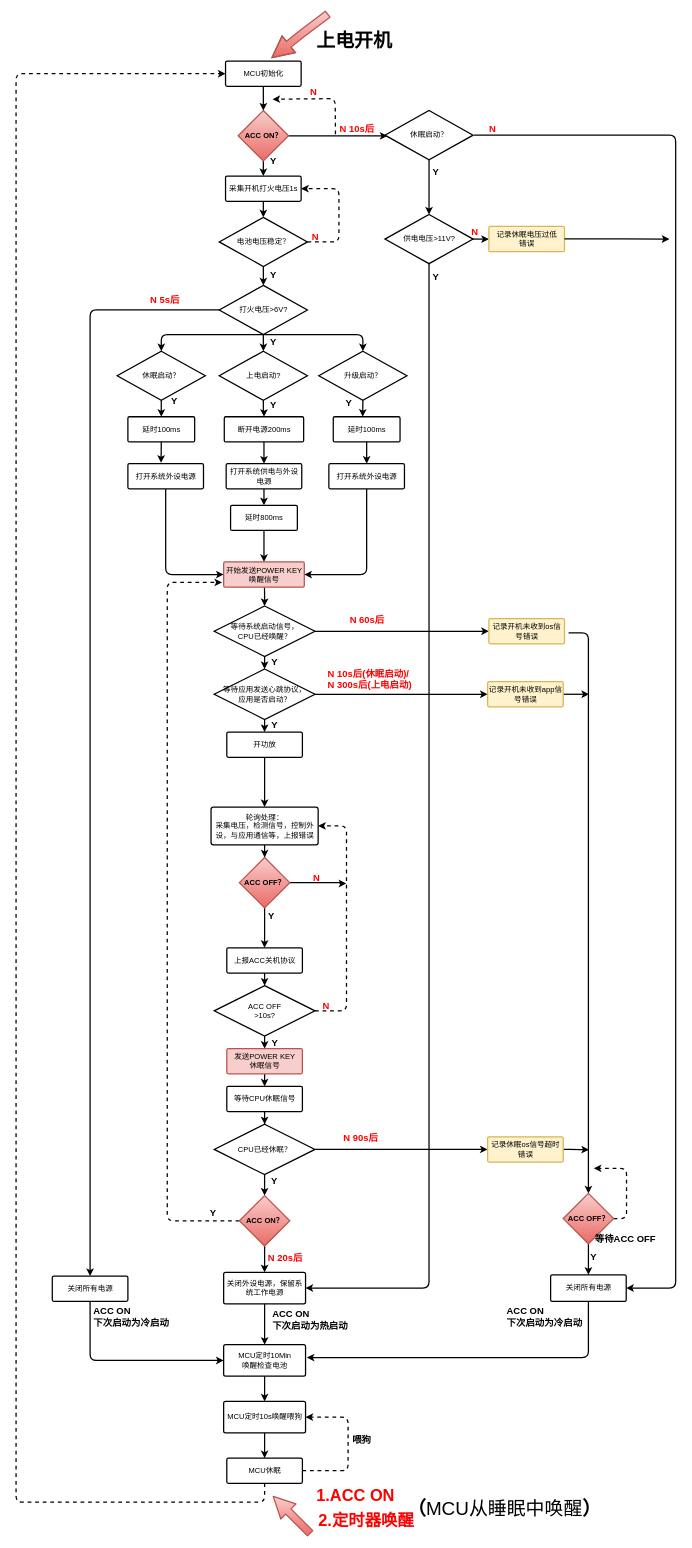
Above: page "第 3 页" (3 of 3) of 009_XIUMING.drawio in yintianlan/Picture_Draw (draw.io), before the change. Source tidied: cells renumbered, new cells numbered last; positions are measured from the earlier drawing's top-left corner, leaving out a move shared by most shapes. Both pictures are drawn from the tidied source at 63%, with x=0, y=0 at pixel (16, 14).
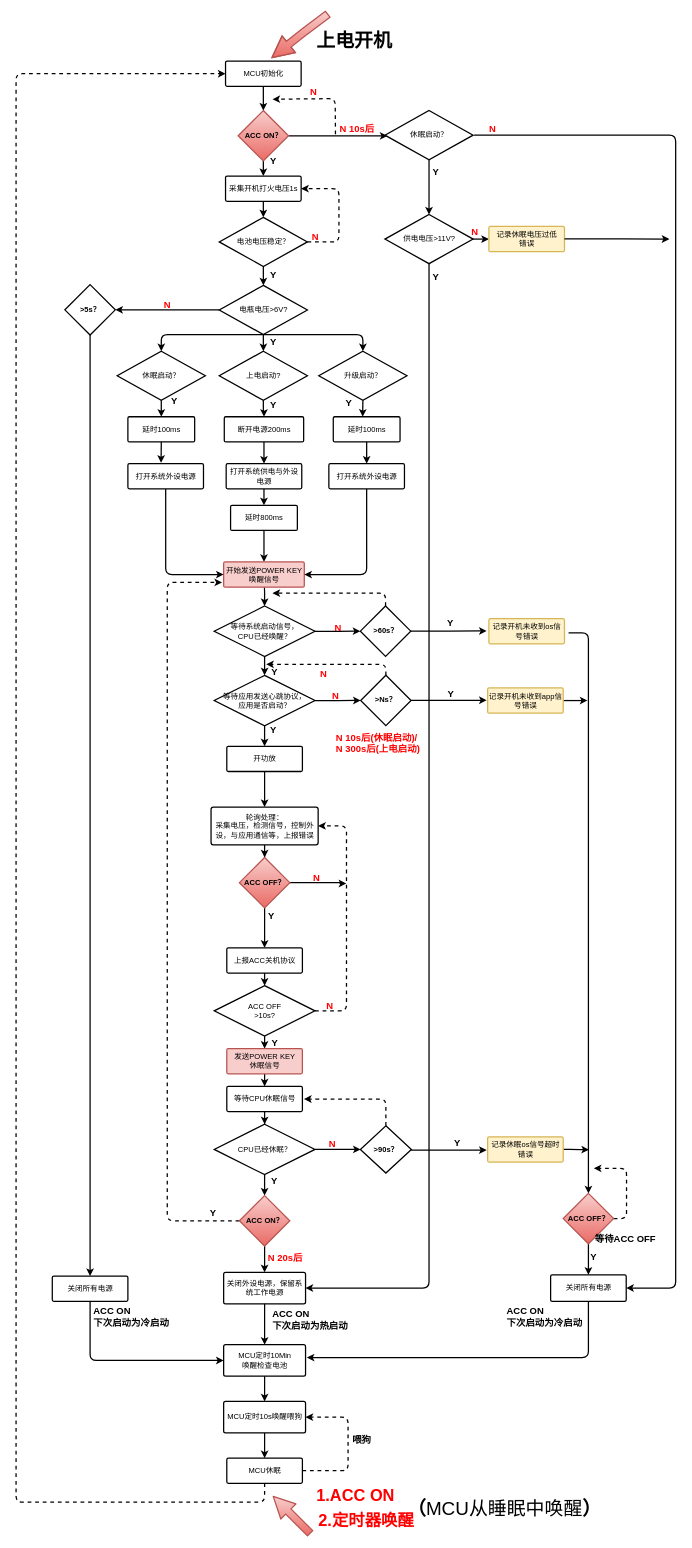
The same diagram, later.

The change refers to these unchanged cells:
```xml
<mxCell id="17" value="等待系统启动信号，&lt;br&gt;CPU已经唤醒？" style="strokeWidth=2;html=1;shape=mxgraph.flowchart.decision;whiteSpace=wrap;fillColor=#ffffff;fontFamily=Helvetica;align=center;strokeColor=#000000;" parent="1" vertex="1">
  <mxGeometry x="314.5" y="939.5" width="160" height="80" as="geometry" />
</mxCell>
<mxCell id="55" value="CPU已经休眠？&lt;br&gt;" style="strokeWidth=2;html=1;shape=mxgraph.flowchart.decision;whiteSpace=wrap;fillColor=#ffffff;fontFamily=Helvetica;align=center;strokeColor=#000000;" parent="1" vertex="1">
  <mxGeometry x="314.5" y="1762" width="160" height="80" as="geometry" />
</mxCell>
<mxCell id="67" value="关闭所有电源&lt;br&gt;" style="strokeWidth=2;html=1;shape=mxgraph.flowchart.process;whiteSpace=wrap;fillColor=none;fontFamily=Helvetica;align=center;strokeColor=#000000;" parent="1" vertex="1">
  <mxGeometry x="57.5" y="2003" width="120" height="40" as="geometry" />
</mxCell>
<mxCell id="100" value="记录开机未收到os信号错误" style="strokeWidth=2;html=1;shape=mxgraph.flowchart.process;whiteSpace=wrap;fillColor=#fff2cc;fontFamily=Helvetica;align=center;strokeColor=#d6b656;" parent="1" vertex="1">
  <mxGeometry x="750.5" y="959.5" width="120" height="40" as="geometry" />
</mxCell>
<mxCell id="104" value="记录休眠os信号超时错误" style="strokeWidth=2;html=1;shape=mxgraph.flowchart.process;whiteSpace=wrap;fillColor=#fff2cc;fontFamily=Helvetica;align=center;strokeColor=#d6b656;" parent="1" vertex="1">
  <mxGeometry x="748.5" y="1782" width="120" height="40" as="geometry" />
</mxCell>
```

What changed in the source:
```diff
@@
-    <mxCell id="9" style="edgeStyle=orthogonalEdgeStyle;rounded=1;jettySize=auto;html=1;exitX=0;exitY=0.5;exitDx=0;exitDy=0;exitPerimeter=0;entryX=0.5;entryY=0;entryDx=0;entryDy=0;entryPerimeter=0;strokeWidth=2;" parent="1" edge="1" source="10" target="67">
+    <mxCell id="9" style="edgeStyle=orthogonalEdgeStyle;rounded=1;jettySize=auto;html=1;entryX=0.5;entryY=0;entryDx=0;entryDy=0;entryPerimeter=0;strokeWidth=2;exitX=0.5;exitY=1;exitDx=0;exitDy=0;" parent="1" edge="1" source="141" target="67">
       <mxGeometry relative="1" as="geometry" />
     </mxCell>
+    <mxCell id="137" style="edgeStyle=orthogonalEdgeStyle;rounded=0;jettySize=auto;html=1;strokeWidth=2;entryX=1;entryY=0.5;entryDx=0;entryDy=0;" parent="1" edge="1" source="10" target="141">
+      <mxGeometry relative="1" as="geometry" />
+    </mxCell>
-    <mxCell id="10" value="打火电压&amp;gt;6V?" style="strokeWidth=2;html=1;shape=mxgraph.flowchart.decision;whiteSpace=wrap;fillColor=#ffffff;fontFamily=Helvetica;align=center;strokeColor=#000000;" parent="1" vertex="1">
+    <mxCell id="10" value="电瓶电压&amp;gt;6V?" style="strokeWidth=2;html=1;shape=mxgraph.flowchart.decision;whiteSpace=wrap;fillColor=#ffffff;fontFamily=Helvetica;align=center;strokeColor=#000000;" parent="1" vertex="1">
       <mxGeometry x="322.5" y="430.5" width="140" height="78" as="geometry" />
     </mxCell>
@@
-    <mxCell id="15" style="edgeStyle=orthogonalEdgeStyle;rounded=0;html=1;endSize=6;jettySize=auto;strokeWidth=2;fontFamily=Helvetica;" parent="1" edge="1" source="17">
-      <mxGeometry relative="1" as="geometry">
-        <mxPoint x="394.5" y="1039.5" as="targetPoint" />
-      </mxGeometry>
+    <mxCell id="15" style="edgeStyle=orthogonalEdgeStyle;rounded=0;html=1;endSize=6;jettySize=auto;strokeWidth=2;fontFamily=Helvetica;entryX=0.5;entryY=0;entryDx=0;entryDy=0;entryPerimeter=0;" parent="1" edge="1" source="17" target="47">
+      <mxGeometry relative="1" as="geometry" />
     </mxCell>
-    <mxCell id="16" style="edgeStyle=orthogonalEdgeStyle;rounded=1;jettySize=auto;html=1;exitX=1;exitY=0.5;exitDx=0;exitDy=0;exitPerimeter=0;entryX=0;entryY=0.5;entryDx=0;entryDy=0;entryPerimeter=0;strokeWidth=2;" parent="1" edge="1" source="17" target="100">
-      <mxGeometry relative="1" as="geometry" />
-    </mxCell>
+    <mxCell id="138" style="edgeStyle=orthogonalEdgeStyle;rounded=0;jettySize=auto;html=1;strokeWidth=2;" parent="1" edge="1" source="17" target="144">
+      <mxGeometry relative="1" as="geometry" />
+    </mxCell>
@@
     <mxCell id="41" value="Y" style="text;html=1;align=center;verticalAlign=middle;spacingTop=-4;fontFamily=Helvetica;labelPosition=center;verticalLabelPosition=middle;strokeWidth=2;fontSize=15;fontStyle=1;" parent="1" vertex="1">
-      <mxGeometry x="399.5" y="1124.5" width="20" height="10" as="geometry" />
+      <mxGeometry x="397.5" y="1132" width="20" height="10" as="geometry" />
     </mxCell>
@@
     <mxCell id="44" value="&lt;font color=&quot;#ff0000&quot;&gt;N&lt;/font&gt;" style="text;html=1;align=left;verticalAlign=top;spacingTop=-4;fontFamily=Helvetica;fontSize=15;fontStyle=1;" parent="1" vertex="1">
-      <mxGeometry x="484.5" y="1562" width="30" height="20" as="geometry" />
+      <mxGeometry x="490.5" y="1562" width="30" height="20" as="geometry" />
     </mxCell>
-    <mxCell id="45" style="edgeStyle=orthogonalEdgeStyle;rounded=0;html=1;jettySize=auto;strokeWidth=2;" parent="1" edge="1" source="47">
-      <mxGeometry relative="1" as="geometry">
-        <mxPoint x="394.5" y="1139.5" as="targetPoint" />
-      </mxGeometry>
+    <mxCell id="45" style="edgeStyle=orthogonalEdgeStyle;rounded=0;html=1;jettySize=auto;strokeWidth=2;entryX=0.5;entryY=0;entryDx=0;entryDy=0;entryPerimeter=0;" parent="1" edge="1" source="47" target="49">
+      <mxGeometry relative="1" as="geometry" />
     </mxCell>
-    <mxCell id="46" style="edgeStyle=orthogonalEdgeStyle;rounded=1;jettySize=auto;html=1;exitX=1;exitY=0.5;exitDx=0;exitDy=0;exitPerimeter=0;strokeWidth=2;entryX=0;entryY=0.5;entryDx=0;entryDy=0;entryPerimeter=0;" parent="1" edge="1" source="47" target="102">
-      <mxGeometry relative="1" as="geometry" />
-    </mxCell>
+    <mxCell id="139" style="edgeStyle=orthogonalEdgeStyle;rounded=0;jettySize=auto;html=1;strokeWidth=2;" parent="1" edge="1" source="47" target="147">
+      <mxGeometry relative="1" as="geometry" />
+    </mxCell>
     <mxCell id="47" value="等待应用发送心跳协议，&lt;br&gt;应用是否启动？" style="strokeWidth=2;html=1;shape=mxgraph.flowchart.decision;whiteSpace=wrap;fillColor=#ffffff;fontFamily=Helvetica;align=center;strokeColor=#000000;" parent="1" vertex="1">
-      <mxGeometry x="314.5" y="1039.5" width="160" height="80" as="geometry" />
+      <mxGeometry x="314.5" y="1049.5" width="160" height="80" as="geometry" />
     </mxCell>
@@
     <mxCell id="49" value="开功放" style="strokeWidth=2;html=1;shape=mxgraph.flowchart.process;whiteSpace=wrap;fontFamily=Helvetica;align=center;" parent="1" vertex="1">
-      <mxGeometry x="334.5" y="1139.6" width="120" height="40" as="geometry" />
+      <mxGeometry x="334.5" y="1162.1" width="120" height="40" as="geometry" />
     </mxCell>
@@
     <mxCell id="52" value="Y" style="text;html=1;align=center;verticalAlign=middle;spacingTop=-4;fontFamily=Helvetica;labelPosition=center;verticalLabelPosition=middle;strokeWidth=2;fontSize=15;fontStyle=1;" parent="1" vertex="1">
-      <mxGeometry x="399.5" y="1024.5" width="20" height="10" as="geometry" />
+      <mxGeometry x="399.5" y="1039.5" width="20" height="10" as="geometry" />
     </mxCell>
@@
-    <mxCell id="54" style="edgeStyle=orthogonalEdgeStyle;rounded=1;jettySize=auto;html=1;exitX=1;exitY=0.5;exitDx=0;exitDy=0;exitPerimeter=0;entryX=0;entryY=0.5;entryDx=0;entryDy=0;entryPerimeter=0;strokeWidth=2;" parent="1" edge="1" source="55" target="104">
-      <mxGeometry relative="1" as="geometry" />
+    <mxCell id="54" style="edgeStyle=orthogonalEdgeStyle;rounded=1;jettySize=auto;html=1;exitX=1;exitY=0.5;exitDx=0;exitDy=0;exitPerimeter=0;strokeWidth=2;" parent="1" edge="1" source="55">
+      <mxGeometry relative="1" as="geometry">
+        <mxPoint x="547" y="1802" as="targetPoint" />
+      </mxGeometry>
     </mxCell>
@@
-    <mxCell id="57" value="&lt;font color=&quot;#ff0000&quot;&gt;N 90s后&lt;/font&gt;" style="text;html=1;align=left;verticalAlign=top;spacingTop=-4;fontFamily=Helvetica;fontSize=15;fontStyle=1;" parent="1" vertex="1">
-      <mxGeometry x="517.5" y="1772" width="70" height="20" as="geometry" />
+    <mxCell id="57" value="&lt;font color=&quot;#ff0000&quot;&gt;N&lt;/font&gt;" style="text;html=1;align=left;verticalAlign=top;spacingTop=-4;fontFamily=Helvetica;fontSize=15;fontStyle=1;" parent="1" vertex="1">
+      <mxGeometry x="494.5" y="1782" width="30" height="20" as="geometry" />
     </mxCell>
@@
-    <mxCell id="77" value="&lt;span style=&quot;font-size: 15px&quot;&gt;&lt;font color=&quot;#ff0000&quot;&gt;N 5s后&lt;/font&gt;&lt;/span&gt;" style="text;html=1;align=left;verticalAlign=top;spacingTop=-4;fontFamily=Helvetica;strokeWidth=2;fontSize=15;fontStyle=1;" parent="1" vertex="1">
-      <mxGeometry x="210.5" y="442" width="60" height="20" as="geometry" />
+    <mxCell id="77" value="&lt;span style=&quot;font-size: 15px&quot;&gt;&lt;font color=&quot;#ff0000&quot;&gt;N&lt;/font&gt;&lt;/span&gt;" style="text;html=1;align=left;verticalAlign=top;spacingTop=-4;fontFamily=Helvetica;strokeWidth=2;fontSize=15;fontStyle=1;" parent="1" vertex="1">
+      <mxGeometry x="232.5" y="449.5" width="30" height="20" as="geometry" />
     </mxCell>
@@
     <mxCell id="79" value="&lt;span style=&quot;font-size: 15px&quot;&gt;&lt;font color=&quot;#ff0000&quot;&gt;N 10s后(休眠启动)/&lt;br&gt;N 300s后(上电启动)&lt;br&gt;&lt;/font&gt;&lt;/span&gt;" style="text;html=1;align=left;verticalAlign=top;spacingTop=-4;fontFamily=Helvetica;strokeWidth=2;fontSize=15;fontStyle=1;" parent="1" vertex="1">
-      <mxGeometry x="492.5" y="1034.5" width="150" height="40" as="geometry" />
+      <mxGeometry x="505.5" y="1137" width="150" height="40" as="geometry" />
     </mxCell>
-    <mxCell id="80" value="&lt;span style=&quot;font-size: 15px&quot;&gt;&lt;font color=&quot;#ff0000&quot;&gt;N 60s后&lt;/font&gt;&lt;/span&gt;" style="text;html=1;align=left;verticalAlign=top;spacingTop=-4;fontFamily=Helvetica;strokeWidth=2;fontSize=15;fontStyle=1;" parent="1" vertex="1">
-      <mxGeometry x="527.5" y="949.5" width="70" height="20" as="geometry" />
+    <mxCell id="80" value="&lt;span style=&quot;font-size: 15px&quot;&gt;&lt;font color=&quot;#ff0000&quot;&gt;N&lt;/font&gt;&lt;/span&gt;" style="text;html=1;align=left;verticalAlign=top;spacingTop=-4;fontFamily=Helvetica;strokeWidth=2;fontSize=15;fontStyle=1;" parent="1" vertex="1">
+      <mxGeometry x="503.5" y="962" width="30" height="20" as="geometry" />
     </mxCell>
@@
-    <mxCell id="101" style="edgeStyle=orthogonalEdgeStyle;rounded=1;jettySize=auto;html=1;strokeWidth=2;" parent="1" edge="1" source="102">
-      <mxGeometry relative="1" as="geometry">
-        <mxPoint x="909.5" y="1079.5" as="targetPoint" />
-      </mxGeometry>
-    </mxCell>
+    <mxCell id="140" style="edgeStyle=orthogonalEdgeStyle;curved=1;jettySize=auto;html=1;exitX=1;exitY=0.5;exitDx=0;exitDy=0;exitPerimeter=0;strokeWidth=2;" parent="1" edge="1" source="102">
+      <mxGeometry relative="1" as="geometry">
+        <mxPoint x="907" y="1089" as="targetPoint" />
+      </mxGeometry>
+    </mxCell>
     <mxCell id="102" value="记录开机未收到app信号错误" style="strokeWidth=2;html=1;shape=mxgraph.flowchart.process;whiteSpace=wrap;fillColor=#fff2cc;fontFamily=Helvetica;align=center;strokeColor=#d6b656;" parent="1" vertex="1">
-      <mxGeometry x="748.5" y="1059.5" width="120" height="40" as="geometry" />
+      <mxGeometry x="748.5" y="1069.5" width="120" height="40" as="geometry" />
     </mxCell>
@@
+    <mxCell id="141" value="&lt;b&gt;&amp;gt;5s？&lt;/b&gt;" style="rhombus;whiteSpace=wrap;html=1;strokeWidth=2;fontFamily=Helvetica;align=center;" parent="1" vertex="1">
+      <mxGeometry x="77.5" y="429.3" width="80" height="80" as="geometry" />
+    </mxCell>
+    <mxCell id="142" style="edgeStyle=orthogonalEdgeStyle;rounded=0;jettySize=auto;html=1;strokeWidth=2;" parent="1" edge="1" source="144">
+      <mxGeometry relative="1" as="geometry">
+        <mxPoint x="747" y="979" as="targetPoint" />
+      </mxGeometry>
+    </mxCell>
+    <mxCell id="143" style="edgeStyle=orthogonalEdgeStyle;rounded=1;jettySize=auto;html=1;exitX=0.5;exitY=0;exitDx=0;exitDy=0;strokeWidth=2;dashed=1;" parent="1" edge="1" source="144">
+      <mxGeometry relative="1" as="geometry">
+        <mxPoint x="407" y="919" as="targetPoint" />
+        <Array as="points">
+          <mxPoint x="586" y="919" />
+          <mxPoint x="487" y="919" />
+        </Array>
+      </mxGeometry>
+    </mxCell>
+    <mxCell id="144" value="&lt;b&gt;&amp;gt;60s？&lt;/b&gt;" style="rhombus;whiteSpace=wrap;html=1;strokeWidth=2;fontFamily=Helvetica;align=center;" parent="1" vertex="1">
+      <mxGeometry x="546.5" y="939.3" width="80" height="80" as="geometry" />
+    </mxCell>
+    <mxCell id="145" style="edgeStyle=orthogonalEdgeStyle;rounded=0;jettySize=auto;html=1;strokeWidth=2;" parent="1" edge="1" source="147">
+      <mxGeometry relative="1" as="geometry">
+        <mxPoint x="747" y="1089" as="targetPoint" />
+        <Array as="points">
+          <mxPoint x="689" y="1089" />
+          <mxPoint x="747" y="1089" />
+        </Array>
+      </mxGeometry>
+    </mxCell>
+    <mxCell id="146" style="edgeStyle=orthogonalEdgeStyle;rounded=1;jettySize=auto;html=1;exitX=0.5;exitY=0;exitDx=0;exitDy=0;strokeWidth=2;dashed=1;" parent="1" edge="1" source="147">
+      <mxGeometry relative="1" as="geometry">
+        <mxPoint x="397" y="1032" as="targetPoint" />
+        <Array as="points">
+          <mxPoint x="587" y="1049" />
+          <mxPoint x="587" y="1032" />
+        </Array>
+      </mxGeometry>
+    </mxCell>
+    <mxCell id="147" value="&lt;b&gt;&amp;gt;Ns？&lt;/b&gt;" style="rhombus;whiteSpace=wrap;html=1;strokeWidth=2;fontFamily=Helvetica;align=center;" parent="1" vertex="1">
+      <mxGeometry x="547" y="1049.3" width="80" height="80" as="geometry" />
+    </mxCell>
+    <mxCell id="148" style="edgeStyle=orthogonalEdgeStyle;rounded=0;jettySize=auto;html=1;strokeWidth=2;" parent="1" edge="1" source="150">
+      <mxGeometry relative="1" as="geometry">
+        <mxPoint x="747" y="1803" as="targetPoint" />
+        <Array as="points">
+          <mxPoint x="717" y="1803" />
+          <mxPoint x="717" y="1803" />
+        </Array>
+      </mxGeometry>
+    </mxCell>
+    <mxCell id="149" style="edgeStyle=orthogonalEdgeStyle;rounded=1;jettySize=auto;html=1;exitX=0.5;exitY=0;exitDx=0;exitDy=0;strokeWidth=2;dashed=1;" parent="1" edge="1" source="150">
+      <mxGeometry relative="1" as="geometry">
+        <mxPoint x="457" y="1722" as="targetPoint" />
+        <Array as="points">
+          <mxPoint x="587" y="1722" />
+          <mxPoint x="467" y="1722" />
+        </Array>
+      </mxGeometry>
+    </mxCell>
+    <mxCell id="150" value="&lt;b&gt;&amp;gt;90s？&lt;/b&gt;" style="rhombus;whiteSpace=wrap;html=1;strokeWidth=2;fontFamily=Helvetica;align=center;" parent="1" vertex="1">
+      <mxGeometry x="546.5" y="1764.5" width="81" height="75" as="geometry" />
+    </mxCell>
+    <mxCell id="151" value="&lt;span style=&quot;font-size: 15px&quot;&gt;&lt;font color=&quot;#ff0000&quot;&gt;N&lt;/font&gt;&lt;/span&gt;" style="text;html=1;align=left;verticalAlign=top;spacingTop=-4;fontFamily=Helvetica;strokeWidth=2;fontSize=15;fontStyle=1;" parent="1" vertex="1">
+      <mxGeometry x="499.5" y="1069.5" width="30" height="20" as="geometry" />
+    </mxCell>
+    <mxCell id="152" value="&lt;span style=&quot;font-size: 15px&quot;&gt;&lt;font color=&quot;#ff0000&quot;&gt;N&lt;/font&gt;&lt;/span&gt;" style="text;html=1;align=left;verticalAlign=top;spacingTop=-4;fontFamily=Helvetica;strokeWidth=2;fontSize=15;fontStyle=1;" parent="1" vertex="1">
+      <mxGeometry x="480.5" y="1034.5" width="30" height="20" as="geometry" />
+    </mxCell>
+    <mxCell id="153" value="Y" style="text;html=1;align=center;verticalAlign=middle;spacingTop=-4;fontFamily=Helvetica;labelPosition=center;verticalLabelPosition=middle;strokeWidth=2;fontSize=15;fontStyle=1;" parent="1" vertex="1">
+      <mxGeometry x="679.5" y="1074.5" width="20" height="10" as="geometry" />
+    </mxCell>
+    <mxCell id="154" value="Y" style="text;html=1;align=center;verticalAlign=middle;spacingTop=-4;fontFamily=Helvetica;labelPosition=center;verticalLabelPosition=middle;strokeWidth=2;fontSize=15;fontStyle=1;" parent="1" vertex="1">
+      <mxGeometry x="678.5" y="962" width="20" height="10" as="geometry" />
+    </mxCell>
+    <mxCell id="155" value="Y" style="text;html=1;align=center;verticalAlign=middle;spacingTop=-4;fontFamily=Helvetica;labelPosition=center;verticalLabelPosition=middle;strokeWidth=2;fontSize=15;fontStyle=1;" parent="1" vertex="1">
+      <mxGeometry x="689.5" y="1787.5" width="20" height="10" as="geometry" />
+    </mxCell>
```
